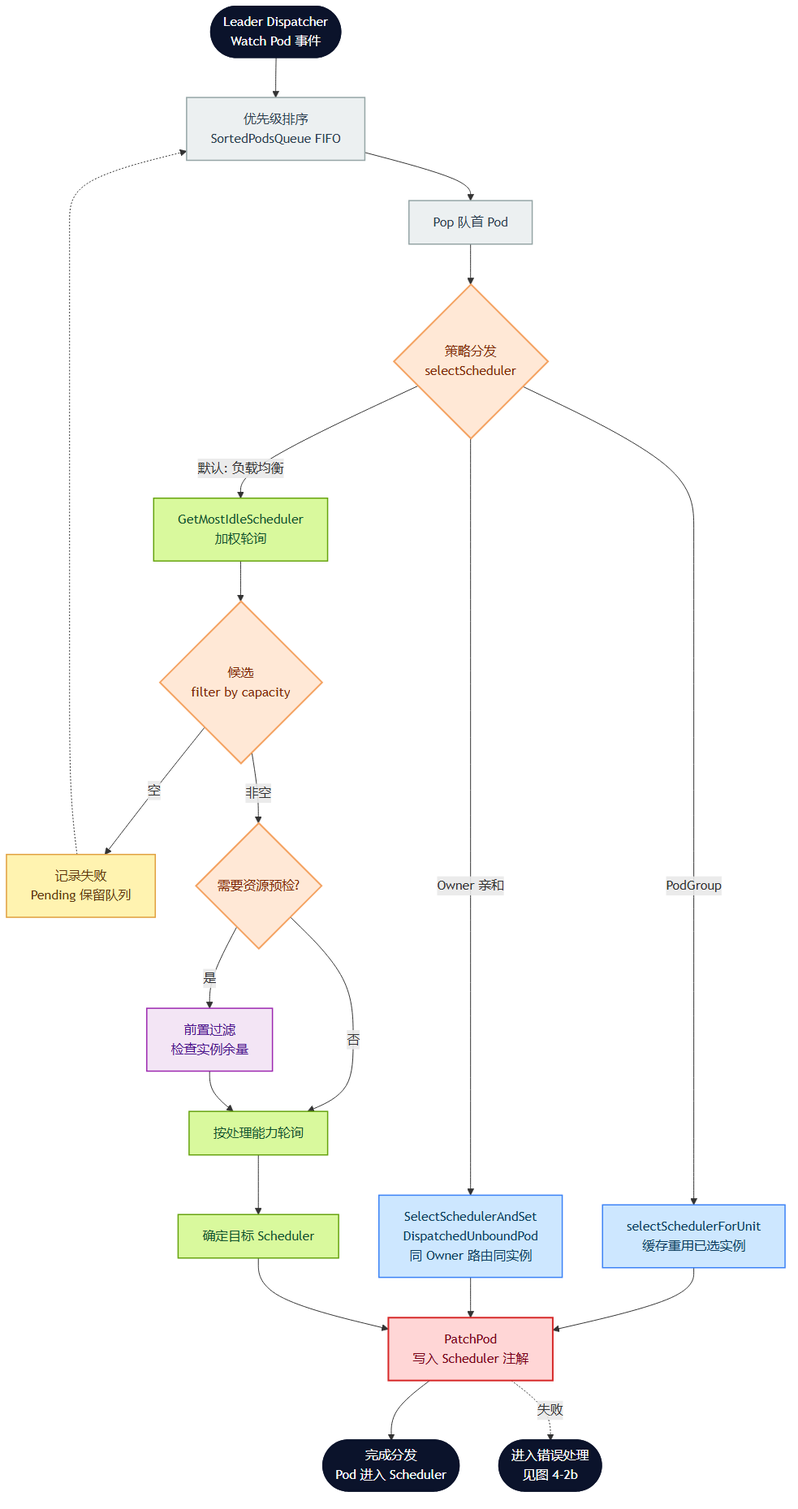
Before: docs/thesis/figures/fig4-2a-dispatcher-main-flow.png, a diagram exported from Mermaid (tengfei86/godel-scheduler). Its source is kept beside it as docs/thesis/figures/fig4-2a-dispatcher-main-flow.mmd.
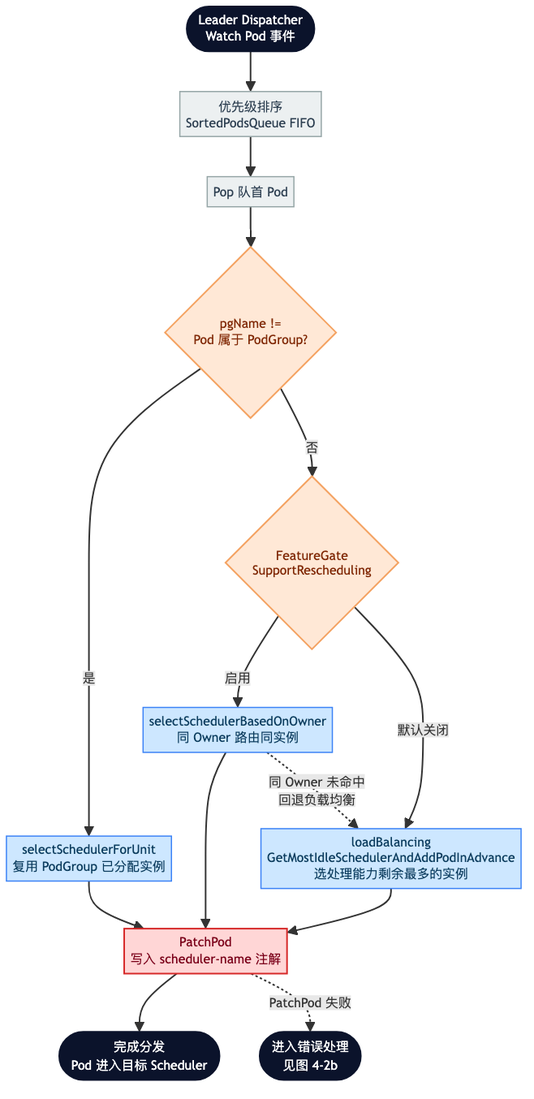
Above is the later version.

The edit, as a diff of the source:
```diff
@@ -2,42 +2,31 @@
     Leader([Leader Dispatcher<br/>Watch Pod 事件])
     Leader --> E[优先级排序<br/>SortedPodsQueue FIFO]
     E --> F[Pop 队首 Pod]
-    F --> H{策略分发<br/>selectScheduler}
+    F --> H{pgName != ""<br/>Pod 属于 PodGroup?}
 
-    H -- PodGroup --> J[selectSchedulerForUnit<br/>缓存重用已选实例]
-    H -- Owner 亲和 --> L[SelectSchedulerAndSet<br/>DispatchedUnboundPod<br/>同 Owner 路由同实例]
-    H -- 默认: 负载均衡 --> M[GetMostIdleScheduler<br/>加权轮询]
+    H -- 是 --> J[selectSchedulerForUnit<br/>复用 PodGroup 已分配实例]
+    H -- 否 --> K{FeatureGate<br/>SupportRescheduling}
 
-    M --> N{候选<br/>filter by capacity}
-    N -- 空 --> O[记录失败<br/>Pending 保留队列]
-    N -- 非空 --> P{需要资源预检?}
-    P -- 是 --> Q[前置过滤<br/>检查实例余量]
-    P -- 否 --> R[按处理能力轮询]
-    Q --> R
-    R --> S[确定目标 Scheduler]
+    K -- 启用 --> L[selectSchedulerBasedOnOwner<br/>同 Owner 路由同实例]
+    L -.同 Owner 未命中<br/>回退负载均衡.-> M
+    K -- 默认关闭 --> M[loadBalancing<br/>GetMostIdleSchedulerAndAddPodInAdvance<br/>选处理能力剩余最多的实例]
 
-    J --> T[PatchPod<br/>写入 Scheduler 注解]
+    J --> T[PatchPod<br/>写入 scheduler-name 注解]
     L --> T
-    S --> T
+    M --> T
 
-    T --> U([完成分发<br/>Pod 进入 Scheduler])
-    T -.失败.-> V([进入错误处理<br/>见图 4-2b])
-    O -.-> E
+    T --> U([完成分发<br/>Pod 进入目标 Scheduler])
+    T -.PatchPod 失败.-> V([进入错误处理<br/>见图 4-2b])
 
     classDef startEnd fill:#0b132b,color:#ffffff,stroke:#0b132b,stroke-width:2px;
     classDef process fill:#ecf0f1,color:#2c3e50,stroke:#95a5a6,stroke-width:1.5px;
     classDef decision fill:#ffe8d6,color:#7f2704,stroke:#f4a261,stroke-width:2px;
-    classDef strategy1 fill:#cde7ff,color:#0b3c5d,stroke:#3b82f6,stroke-width:1.5px;
-    classDef strategy2 fill:#d9f99d,color:#14532d,stroke:#65a30d,stroke-width:1.5px;
-    classDef filter fill:#f3e5f5,color:#4a148c,stroke:#9c27b0,stroke-width:1.5px;
+    classDef strategy fill:#cde7ff,color:#0b3c5d,stroke:#3b82f6,stroke-width:1.5px;
     classDef critical fill:#ffd6d6,color:#7a0019,stroke:#d62828,stroke-width:2px;
     classDef errorRef fill:#fff3b0,color:#5f370e,stroke:#e09f3e,stroke-width:1.5px;
 
     class Leader,U,V startEnd;
     class E,F process;
-    class H,N,P decision;
-    class J,L strategy1;
-    class M,R,S strategy2;
-    class Q filter;
+    class H,K decision;
+    class J,L,M strategy;
     class T critical;
-    class O errorRef;
```
